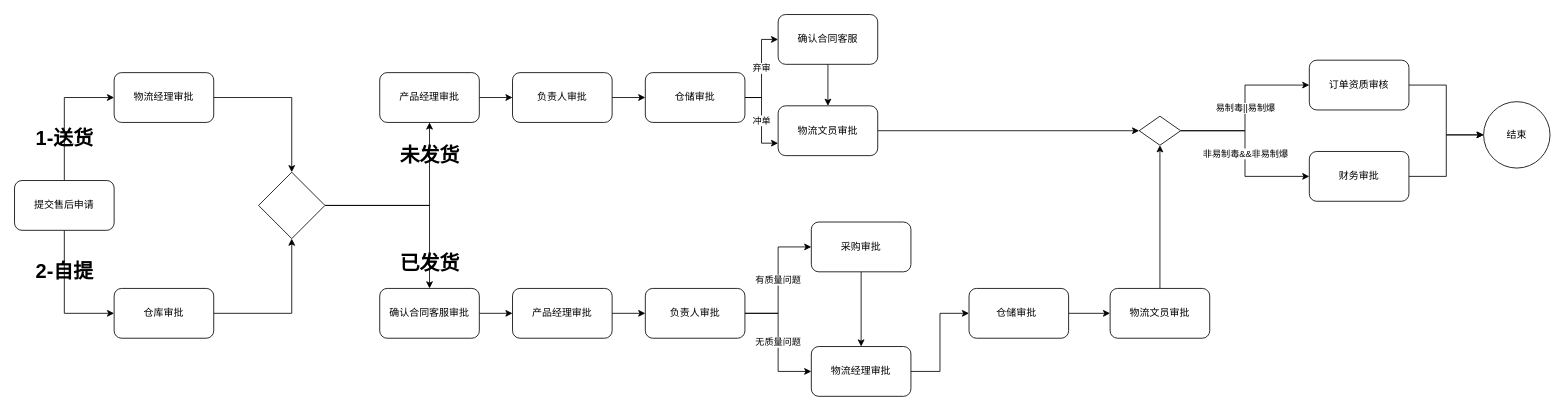
The draw.io diagram 现货非调拨售后.drawio in gorylee/flow-chart, before the edit. Source tidied: cells renumbered, new cells numbered last; positions are measured from the earlier drawing's top-left corner, leaving out a move shared by most shapes. Both pictures are drawn from the tidied source at 83%, with x=0, y=0 at pixel (14, 14).
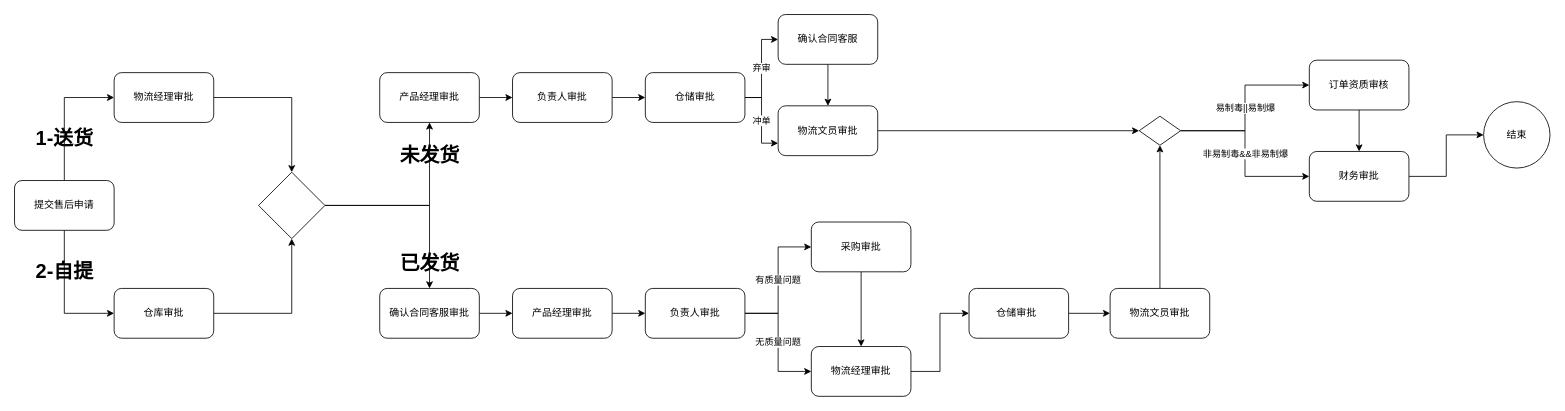
The same page after the edit.

Commit message:
更新现货非调拨售后.drawio

The change refers to these unchanged cells:
```xml
<mxCell id="30" value="订单资质审核" style="rounded=1;whiteSpace=wrap;html=1;" parent="1" vertex="1">
  <mxGeometry x="1560" y="55" width="120" height="60" as="geometry" />
</mxCell>
<mxCell id="35" value="财务审批" style="rounded=1;whiteSpace=wrap;html=1;" parent="1" vertex="1">
  <mxGeometry x="1560" y="165" width="120" height="60" as="geometry" />
</mxCell>
<mxCell id="36" value="结束" style="ellipse;whiteSpace=wrap;html=1;" parent="1" vertex="1">
  <mxGeometry x="1770" y="105" width="80" height="80" as="geometry" />
</mxCell>
```

What changed in the source:
```diff
@@
-    <mxCell id="29" style="edgeStyle=orthogonalEdgeStyle;rounded=0;jettySize=auto;html=1;" parent="1" edge="1" source="30" target="36">
-      <mxGeometry relative="1" as="geometry" />
-    </mxCell>
+    <mxCell id="50" style="edgeStyle=orthogonalEdgeStyle;rounded=0;jettySize=auto;html=1;" parent="1" edge="1" source="30" target="35">
+      <mxGeometry relative="1" as="geometry" />
+    </mxCell>
```
